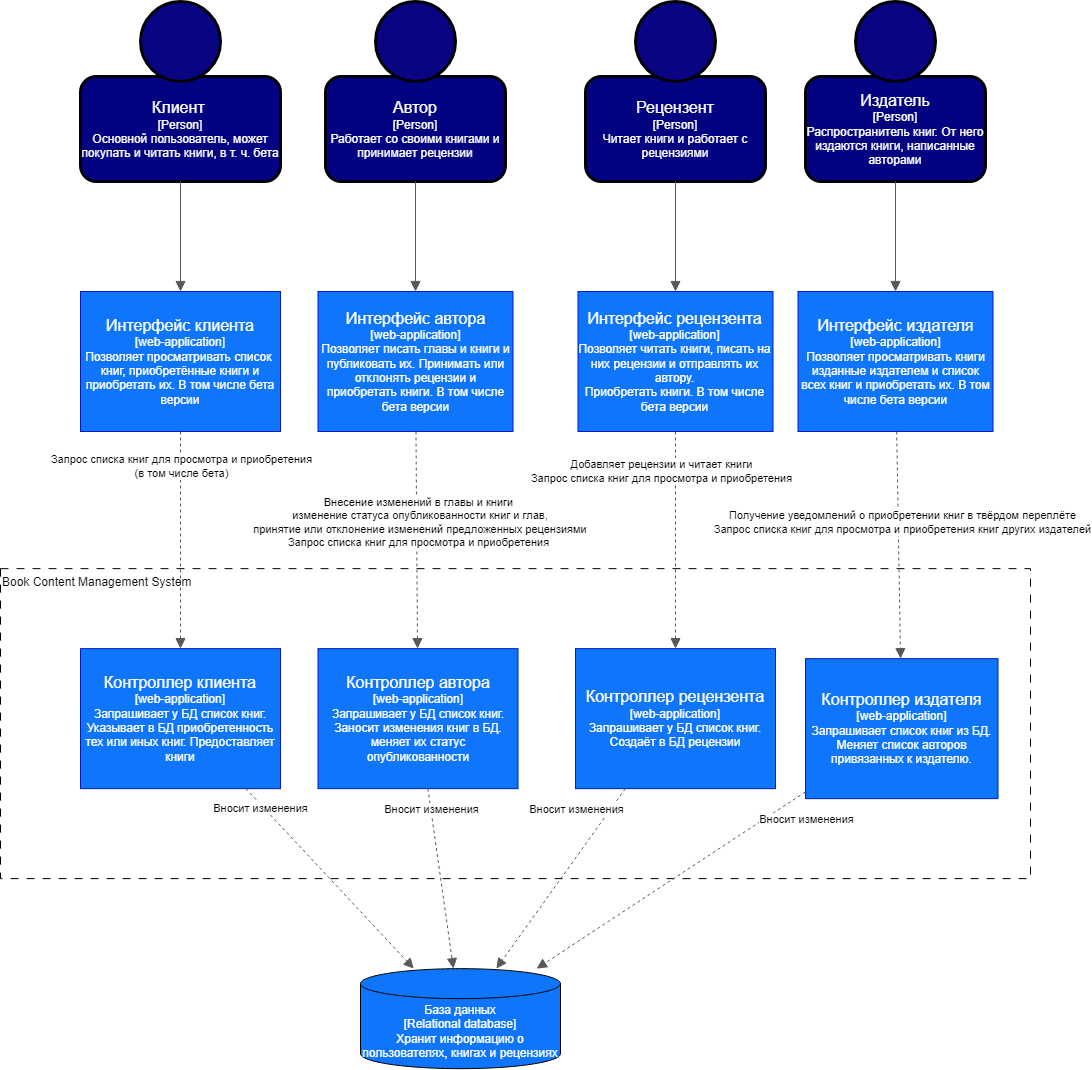
Above: Lab work №3/ComponentDiagramPAPS.drawio.png in userchic/PAPS (draw.io), before the change. Source tidied: cells renumbered, new cells last; positions are measured from the earlier drawing's top-left corner, leaving out a move shared by most shapes. Its diagram source:
```xml
<mxGraphModel>
  <root>
    <mxCell id="0" />
    <mxCell id="1" parent="0" />
    <mxCell id="2" value="&lt;font style=&quot;font-size: 16px;&quot;&gt;Клиент&lt;/font&gt;&lt;font style=&quot;font-size: 12px;&quot;&gt;&amp;nbsp;&lt;br&gt;[Person]&lt;br&gt;Основной пользователь, может покупать и читать книги, в т. ч. бета&lt;br&gt;&lt;/font&gt;" style="rounded=1;whiteSpace=wrap;html=1;fillColor=#030382;fontColor=#ffffff;strokeColor=#020008;strokeWidth=3;" parent="1" vertex="1">
      <mxGeometry x="80" y="75" width="200" height="105" as="geometry" />
    </mxCell>
    <mxCell id="3" style="ellipse;whiteSpace=wrap;html=1;fillColor=#090582;strokeColor=#010003;fontColor=#ffffff;strokeWidth=3;" parent="1" vertex="1">
      <mxGeometry x="140" width="80" height="80" as="geometry" />
    </mxCell>
    <mxCell id="4" value="&lt;font style=&quot;&quot;&gt;&lt;font style=&quot;font-size: 16px;&quot;&gt;Автор&lt;/font&gt;&lt;br&gt;[Person]&lt;br&gt;Работает со своими книгами и принимает рецензии&lt;br&gt;&lt;/font&gt;" style="rounded=1;whiteSpace=wrap;html=1;fillColor=#030382;fontColor=#ffffff;strokeColor=#020008;strokeWidth=3;" parent="1" vertex="1">
      <mxGeometry x="325" y="75" width="180" height="105" as="geometry" />
    </mxCell>
    <mxCell id="5" style="ellipse;whiteSpace=wrap;html=1;fillColor=#090582;strokeColor=#010003;fontColor=#ffffff;strokeWidth=3;" parent="1" vertex="1">
      <mxGeometry x="375" width="80" height="80" as="geometry" />
    </mxCell>
    <mxCell id="6" value="&lt;font style=&quot;&quot;&gt;&lt;font style=&quot;font-size: 16px;&quot;&gt;Рецензент&lt;/font&gt;&lt;br&gt;[Person]&lt;br&gt;Читает книги и работает с рецензиями&lt;br&gt;&lt;/font&gt;" style="rounded=1;whiteSpace=wrap;html=1;fillColor=#030382;fontColor=#ffffff;strokeColor=#020008;strokeWidth=3;" parent="1" vertex="1">
      <mxGeometry x="585" y="75" width="180" height="105" as="geometry" />
    </mxCell>
    <mxCell id="7" style="ellipse;whiteSpace=wrap;html=1;fillColor=#090582;strokeColor=#010003;fontColor=#ffffff;strokeWidth=3;" parent="1" vertex="1">
      <mxGeometry x="635" width="80" height="80" as="geometry" />
    </mxCell>
    <mxCell id="8" value="&lt;font style=&quot;font-size: 16px;&quot;&gt;Издатель&lt;/font&gt;&lt;br&gt;[Person]&lt;br&gt;Распространитель книг. От него издаются книги, написанные авторами" style="rounded=1;whiteSpace=wrap;html=1;fillColor=#030382;fontColor=#ffffff;strokeColor=#020008;strokeWidth=3;" parent="1" vertex="1">
      <mxGeometry x="805" y="75" width="180" height="105" as="geometry" />
    </mxCell>
    <mxCell id="9" style="ellipse;whiteSpace=wrap;html=1;fillColor=#090582;strokeColor=#010003;fontColor=#ffffff;strokeWidth=3;" parent="1" vertex="1">
      <mxGeometry x="855" width="80" height="80" as="geometry" />
    </mxCell>
    <mxCell id="10" value="&lt;font style=&quot;font-size: 16px;&quot;&gt;Интерфейс клиента&lt;/font&gt;&lt;br&gt;[web-application]&lt;br&gt;Позволяет просматривать список&amp;nbsp; книг, приобретённые книги и приобретать их. В том числе бета версии" style="rounded=0;whiteSpace=wrap;html=1;fillColor=#0F76FC;fontColor=#ffffff;strokeColor=#001DBC;" parent="1" vertex="1">
      <mxGeometry x="80" y="290" width="200" height="140" as="geometry" />
    </mxCell>
    <mxCell id="11" value="&lt;font color=&quot;#ffffff&quot;&gt;База данных&lt;br&gt;[Relational database]&lt;br&gt;Хранит информацию о пользователях, книгах и рецензиях&lt;br&gt;&lt;/font&gt;" style="shape=cylinder3;whiteSpace=wrap;html=1;boundedLbl=1;backgroundOutline=1;size=15;fillColor=#0F76FC;" parent="1" vertex="1">
      <mxGeometry x="360" y="967.2" width="200" height="100" as="geometry" />
    </mxCell>
    <mxCell id="12" value="&lt;font style=&quot;font-size: 16px;&quot;&gt;Интерфейс автора&lt;/font&gt;&lt;br&gt;[web-application]&lt;br&gt;Позволяет писать главы и книги и публиковать их. Принимать или отклонять рецензии и приобретать книги. В том числе бета версии" style="rounded=0;whiteSpace=wrap;html=1;fillColor=#0F76FC;fontColor=#ffffff;strokeColor=#001DBC;" parent="1" vertex="1">
      <mxGeometry x="317.5" y="290" width="195" height="140" as="geometry" />
    </mxCell>
    <mxCell id="13" style="rounded=0;jettySize=auto;html=1;endArrow=block;strokeColor=#595959;endFill=1;endSize=8;dashed=1;" parent="1" edge="1" source="15" target="32">
      <mxGeometry relative="1" as="geometry" />
    </mxCell>
    <mxCell id="14" value="Добавляет рецензии и читает книги&lt;br&gt;Запрос списка книг для просмотра и приобретения" style="edgeLabel;html=1;align=center;verticalAlign=middle;" parent="13" vertex="1">
      <mxGeometry x="-0.25" y="3" relative="1" as="geometry">
        <mxPoint x="-18" y="-42" as="offset" />
      </mxGeometry>
    </mxCell>
    <mxCell id="15" value="&lt;font style=&quot;font-size: 16px;&quot;&gt;Интерфейс рецензента&lt;/font&gt;&lt;br&gt;[web-application]&lt;br&gt;Позволяет читать книги, писать на них рецензии и отправлять их автору. &lt;br&gt;Приобретать книги. В том числе бета версии" style="rounded=0;whiteSpace=wrap;html=1;fillColor=#0F76FC;fontColor=#ffffff;strokeColor=#001DBC;" parent="1" vertex="1">
      <mxGeometry x="577.5" y="290" width="195" height="140" as="geometry" />
    </mxCell>
    <mxCell id="16" value="&lt;font style=&quot;font-size: 16px;&quot;&gt;Интерфейс издателя&lt;/font&gt;&lt;br&gt;[web-application]&lt;br&gt;Позволяет просматривать книги изданные издателем и список всех книг и приобретать их. В том числе бета версии" style="rounded=0;whiteSpace=wrap;html=1;fillColor=#0F76FC;fontColor=#ffffff;strokeColor=#001DBC;" parent="1" vertex="1">
      <mxGeometry x="797.5" y="290" width="195" height="140" as="geometry" />
    </mxCell>
    <mxCell id="17" style="rounded=0;jettySize=auto;html=1;endArrow=block;endFill=1;strokeColor=#595959;endSize=8;" parent="1" edge="1" source="2" target="10">
      <mxGeometry relative="1" as="geometry" />
    </mxCell>
    <mxCell id="18" style="rounded=0;jettySize=auto;html=1;endArrow=block;endFill=1;strokeColor=#595959;endSize=8;" parent="1" edge="1" source="4" target="12">
      <mxGeometry relative="1" as="geometry" />
    </mxCell>
    <mxCell id="19" style="rounded=0;jettySize=auto;html=1;endArrow=block;endFill=1;strokeColor=#595959;endSize=8;" parent="1" edge="1" source="6" target="15">
      <mxGeometry relative="1" as="geometry" />
    </mxCell>
    <mxCell id="20" style="rounded=0;jettySize=auto;html=1;endArrow=block;endFill=1;strokeColor=#595959;endSize=8;" parent="1" edge="1" source="8" target="16">
      <mxGeometry relative="1" as="geometry" />
    </mxCell>
    <mxCell id="21" style="rounded=0;jettySize=auto;html=1;endArrow=block;endFill=1;strokeColor=#595959;endSize=8;dashed=1;" parent="1" edge="1" source="10" target="30">
      <mxGeometry relative="1" as="geometry" />
    </mxCell>
    <mxCell id="22" value="Запрос списка книг для просмотра и приобретения&lt;br&gt;(в том числе бета)" style="edgeLabel;html=1;align=center;verticalAlign=middle;" parent="21" vertex="1">
      <mxGeometry x="0.07" y="3" relative="1" as="geometry">
        <mxPoint x="-3" y="-81" as="offset" />
      </mxGeometry>
    </mxCell>
    <mxCell id="23" style="rounded=0;jettySize=auto;html=1;endArrow=block;endFill=1;strokeColor=#595959;endSize=8;dashed=1;" parent="1" edge="1" source="12" target="31">
      <mxGeometry relative="1" as="geometry" />
    </mxCell>
    <mxCell id="24" value="Внесение изменений в главы и книги&lt;br&gt;&amp;nbsp;изменение статуса опубликованности книг и глав,&lt;br&gt;&amp;nbsp;принятие или отклонение изменений предложенных рецензиями&lt;br&gt;Запрос списка книг для просмотра и приобретения" style="edgeLabel;html=1;align=center;verticalAlign=middle;" parent="23" vertex="1">
      <mxGeometry x="0.17" y="3" relative="1" as="geometry">
        <mxPoint x="-2" y="-36" as="offset" />
      </mxGeometry>
    </mxCell>
    <mxCell id="25" style="rounded=0;jettySize=auto;html=1;endArrow=block;endFill=1;strokeColor=#595959;endSize=8;dashed=1;" parent="1" edge="1" source="16" target="33">
      <mxGeometry relative="1" as="geometry" />
    </mxCell>
    <mxCell id="26" value="Получение уведомлений о приобретении книг в твёрдом переплёте&lt;br&gt;Запрос списка книг для просмотра и приобретения книг других издателей" style="edgeLabel;html=1;align=center;verticalAlign=middle;" parent="25" vertex="1">
      <mxGeometry x="0.07" y="3" relative="1" as="geometry">
        <mxPoint y="-31" as="offset" />
      </mxGeometry>
    </mxCell>
    <mxCell id="27" style="rounded=0;jettySize=auto;html=1;endArrow=block;endFill=1;strokeColor=#595959;endSize=8;dashed=1;" parent="1" edge="1" source="32" target="11">
      <mxGeometry relative="1" as="geometry" />
    </mxCell>
    <mxCell id="28" value="Вносит изменения" style="edgeLabel;html=1;align=center;verticalAlign=middle;" parent="27" vertex="1">
      <mxGeometry x="0.17" y="3" relative="1" as="geometry">
        <mxPoint x="23" y="-87" as="offset" />
      </mxGeometry>
    </mxCell>
    <mxCell id="29" value="Book Сontent Management System" style="rounded=0;whiteSpace=wrap;html=1;fillColor=none;dashed=1;dashPattern=8 8;align=left;verticalAlign=top;" parent="1" vertex="1">
      <mxGeometry y="567.1" width="1030" height="310" as="geometry" />
    </mxCell>
    <mxCell id="30" value="&lt;font style=&quot;font-size: 16px;&quot;&gt;Контроллер клиента&lt;/font&gt;&lt;br&gt;[web-application]&lt;br&gt;Запрашивает у БД список книг. Указывает в БД приобретенность тех или иных книг. Предоставляет книги" style="rounded=0;whiteSpace=wrap;html=1;fillColor=#0F76FC;fontColor=#ffffff;strokeColor=#001DBC;" parent="1" vertex="1">
      <mxGeometry x="80" y="647.1" width="200" height="140" as="geometry" />
    </mxCell>
    <mxCell id="31" value="&lt;font style=&quot;font-size: 16px;&quot;&gt;Контроллер автора&lt;/font&gt;&lt;br&gt;[web-application]&lt;br&gt;Запрашивает у БД список книг.&lt;br&gt;Заносит изменения книг в БД. меняет их статус опубликованности" style="rounded=0;whiteSpace=wrap;html=1;fillColor=#0F76FC;fontColor=#ffffff;strokeColor=#001DBC;" parent="1" vertex="1">
      <mxGeometry x="317.5" y="647.1" width="200" height="140" as="geometry" />
    </mxCell>
    <mxCell id="32" value="&lt;font style=&quot;font-size: 16px;&quot;&gt;Контроллер рецензента&lt;/font&gt;&lt;br&gt;[web-application]&lt;br&gt;Запрашивает у БД список книг.&lt;br&gt;Создаёт в БД рецензии" style="rounded=0;whiteSpace=wrap;html=1;fillColor=#0F76FC;fontColor=#ffffff;strokeColor=#001DBC;" parent="1" vertex="1">
      <mxGeometry x="575" y="647.1" width="200" height="140" as="geometry" />
    </mxCell>
    <mxCell id="33" value="&lt;font style=&quot;font-size: 16px;&quot;&gt;Контроллер издателя&lt;/font&gt;&lt;br&gt;[web-application]&lt;br&gt;Запрашивает список книг из БД.&lt;br&gt;Меняет список авторов привязанных к издателю." style="rounded=0;whiteSpace=wrap;html=1;fillColor=#0F76FC;fontColor=#ffffff;strokeColor=#001DBC;" parent="1" vertex="1">
      <mxGeometry x="805" y="657.1" width="192.5" height="140" as="geometry" />
    </mxCell>
    <mxCell id="34" style="rounded=0;jettySize=auto;html=1;endArrow=block;endFill=1;strokeColor=#595959;endSize=8;dashed=1;" parent="1" edge="1" source="33" target="11">
      <mxGeometry relative="1" as="geometry" />
    </mxCell>
    <mxCell id="35" value="Вносит изменения" style="edgeLabel;html=1;align=center;verticalAlign=middle;" parent="34" vertex="1">
      <mxGeometry x="0.17" y="3" relative="1" as="geometry">
        <mxPoint x="155" y="-79" as="offset" />
      </mxGeometry>
    </mxCell>
    <mxCell id="36" style="rounded=0;jettySize=auto;html=1;endArrow=block;endFill=1;strokeColor=#595959;endSize=8;dashed=1;" parent="1" edge="1" source="31" target="11">
      <mxGeometry relative="1" as="geometry" />
    </mxCell>
    <mxCell id="37" value="Вносит изменения" style="edgeLabel;html=1;align=center;verticalAlign=middle;" parent="36" vertex="1">
      <mxGeometry x="0.17" y="3" relative="1" as="geometry">
        <mxPoint x="-15" y="-85" as="offset" />
      </mxGeometry>
    </mxCell>
    <mxCell id="38" style="rounded=0;jettySize=auto;html=1;endArrow=block;endFill=1;strokeColor=#595959;endSize=8;dashed=1;" parent="1" edge="1" source="30" target="11">
      <mxGeometry relative="1" as="geometry" />
    </mxCell>
    <mxCell id="39" value="Вносит изменения" style="edgeLabel;html=1;align=center;verticalAlign=middle;" parent="38" vertex="1">
      <mxGeometry x="0.17" y="3" relative="1" as="geometry">
        <mxPoint x="-86" y="-83" as="offset" />
      </mxGeometry>
    </mxCell>
  </root>
</mxGraphModel>
```
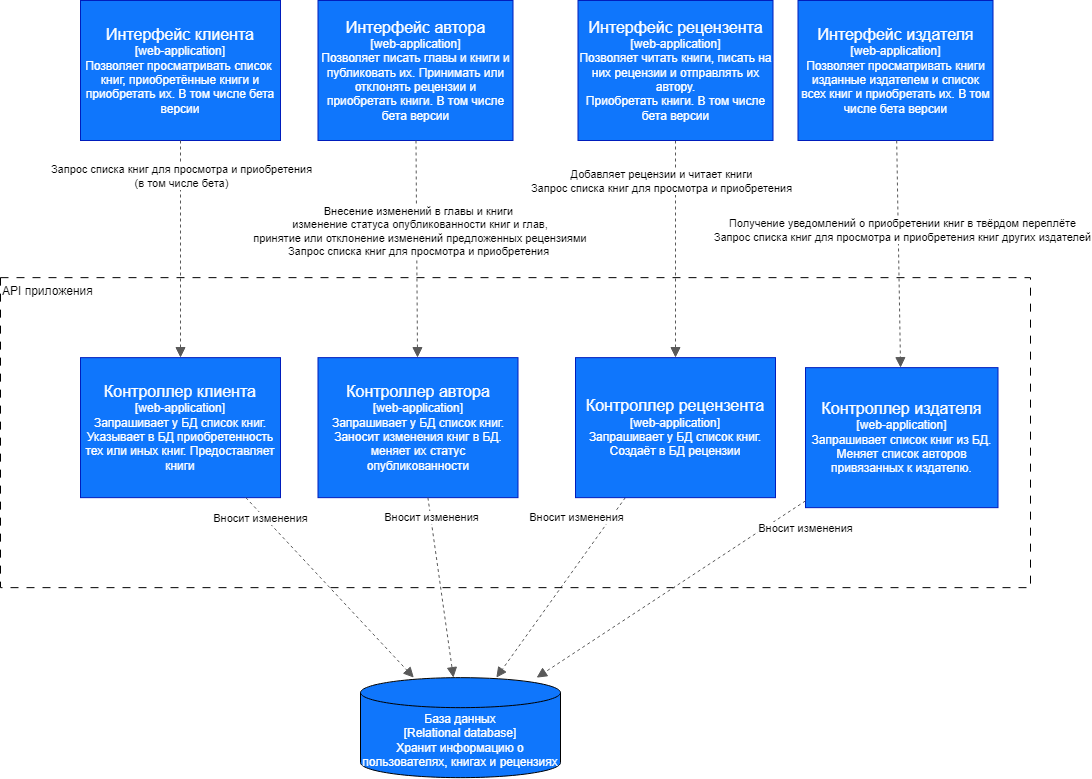
After the commit.

Diff of the diagram source:
```diff
@@ -2,30 +2,6 @@
   <root>
     <mxCell id="0" />
     <mxCell id="1" parent="0" />
-    <mxCell id="2" value="&lt;font style=&quot;font-size: 16px;&quot;&gt;Клиент&lt;/font&gt;&lt;font style=&quot;font-size: 12px;&quot;&gt;&amp;nbsp;&lt;br&gt;[Person]&lt;br&gt;Основной пользователь, может покупать и читать книги, в т. ч. бета&lt;br&gt;&lt;/font&gt;" style="rounded=1;whiteSpace=wrap;html=1;fillColor=#030382;fontColor=#ffffff;strokeColor=#020008;strokeWidth=3;" parent="1" vertex="1">
-      <mxGeometry x="80" y="75" width="200" height="105" as="geometry" />
-    </mxCell>
-    <mxCell id="3" style="ellipse;whiteSpace=wrap;html=1;fillColor=#090582;strokeColor=#010003;fontColor=#ffffff;strokeWidth=3;" parent="1" vertex="1">
-      <mxGeometry x="140" width="80" height="80" as="geometry" />
-    </mxCell>
-    <mxCell id="4" value="&lt;font style=&quot;&quot;&gt;&lt;font style=&quot;font-size: 16px;&quot;&gt;Автор&lt;/font&gt;&lt;br&gt;[Person]&lt;br&gt;Работает со своими книгами и принимает рецензии&lt;br&gt;&lt;/font&gt;" style="rounded=1;whiteSpace=wrap;html=1;fillColor=#030382;fontColor=#ffffff;strokeColor=#020008;strokeWidth=3;" parent="1" vertex="1">
-      <mxGeometry x="325" y="75" width="180" height="105" as="geometry" />
-    </mxCell>
-    <mxCell id="5" style="ellipse;whiteSpace=wrap;html=1;fillColor=#090582;strokeColor=#010003;fontColor=#ffffff;strokeWidth=3;" parent="1" vertex="1">
-      <mxGeometry x="375" width="80" height="80" as="geometry" />
-    </mxCell>
-    <mxCell id="6" value="&lt;font style=&quot;&quot;&gt;&lt;font style=&quot;font-size: 16px;&quot;&gt;Рецензент&lt;/font&gt;&lt;br&gt;[Person]&lt;br&gt;Читает книги и работает с рецензиями&lt;br&gt;&lt;/font&gt;" style="rounded=1;whiteSpace=wrap;html=1;fillColor=#030382;fontColor=#ffffff;strokeColor=#020008;strokeWidth=3;" parent="1" vertex="1">
-      <mxGeometry x="585" y="75" width="180" height="105" as="geometry" />
-    </mxCell>
-    <mxCell id="7" style="ellipse;whiteSpace=wrap;html=1;fillColor=#090582;strokeColor=#010003;fontColor=#ffffff;strokeWidth=3;" parent="1" vertex="1">
-      <mxGeometry x="635" width="80" height="80" as="geometry" />
-    </mxCell>
-    <mxCell id="8" value="&lt;font style=&quot;font-size: 16px;&quot;&gt;Издатель&lt;/font&gt;&lt;br&gt;[Person]&lt;br&gt;Распространитель книг. От него издаются книги, написанные авторами" style="rounded=1;whiteSpace=wrap;html=1;fillColor=#030382;fontColor=#ffffff;strokeColor=#020008;strokeWidth=3;" parent="1" vertex="1">
-      <mxGeometry x="805" y="75" width="180" height="105" as="geometry" />
-    </mxCell>
-    <mxCell id="9" style="ellipse;whiteSpace=wrap;html=1;fillColor=#090582;strokeColor=#010003;fontColor=#ffffff;strokeWidth=3;" parent="1" vertex="1">
-      <mxGeometry x="855" width="80" height="80" as="geometry" />
-    </mxCell>
     <mxCell id="10" value="&lt;font style=&quot;font-size: 16px;&quot;&gt;Интерфейс клиента&lt;/font&gt;&lt;br&gt;[web-application]&lt;br&gt;Позволяет просматривать список&amp;nbsp; книг, приобретённые книги и приобретать их. В том числе бета версии" style="rounded=0;whiteSpace=wrap;html=1;fillColor=#0F76FC;fontColor=#ffffff;strokeColor=#001DBC;" parent="1" vertex="1">
       <mxGeometry x="80" y="290" width="200" height="140" as="geometry" />
     </mxCell>
@@ -49,18 +25,6 @@
     <mxCell id="16" value="&lt;font style=&quot;font-size: 16px;&quot;&gt;Интерфейс издателя&lt;/font&gt;&lt;br&gt;[web-application]&lt;br&gt;Позволяет просматривать книги изданные издателем и список всех книг и приобретать их. В том числе бета версии" style="rounded=0;whiteSpace=wrap;html=1;fillColor=#0F76FC;fontColor=#ffffff;strokeColor=#001DBC;" parent="1" vertex="1">
       <mxGeometry x="797.5" y="290" width="195" height="140" as="geometry" />
     </mxCell>
-    <mxCell id="17" style="rounded=0;jettySize=auto;html=1;endArrow=block;endFill=1;strokeColor=#595959;endSize=8;" parent="1" edge="1" source="2" target="10">
-      <mxGeometry relative="1" as="geometry" />
-    </mxCell>
-    <mxCell id="18" style="rounded=0;jettySize=auto;html=1;endArrow=block;endFill=1;strokeColor=#595959;endSize=8;" parent="1" edge="1" source="4" target="12">
-      <mxGeometry relative="1" as="geometry" />
-    </mxCell>
-    <mxCell id="19" style="rounded=0;jettySize=auto;html=1;endArrow=block;endFill=1;strokeColor=#595959;endSize=8;" parent="1" edge="1" source="6" target="15">
-      <mxGeometry relative="1" as="geometry" />
-    </mxCell>
-    <mxCell id="20" style="rounded=0;jettySize=auto;html=1;endArrow=block;endFill=1;strokeColor=#595959;endSize=8;" parent="1" edge="1" source="8" target="16">
-      <mxGeometry relative="1" as="geometry" />
-    </mxCell>
     <mxCell id="21" style="rounded=0;jettySize=auto;html=1;endArrow=block;endFill=1;strokeColor=#595959;endSize=8;dashed=1;" parent="1" edge="1" source="10" target="30">
       <mxGeometry relative="1" as="geometry" />
     </mxCell>
@@ -93,7 +57,7 @@
         <mxPoint x="23" y="-87" as="offset" />
       </mxGeometry>
     </mxCell>
-    <mxCell id="29" value="Book Сontent Management System" style="rounded=0;whiteSpace=wrap;html=1;fillColor=none;dashed=1;dashPattern=8 8;align=left;verticalAlign=top;" parent="1" vertex="1">
+    <mxCell id="29" value="API приложения" style="rounded=0;whiteSpace=wrap;html=1;fillColor=none;dashed=1;dashPattern=8 8;align=left;verticalAlign=top;" parent="1" vertex="1">
       <mxGeometry y="567.1" width="1030" height="310" as="geometry" />
     </mxCell>
     <mxCell id="30" value="&lt;font style=&quot;font-size: 16px;&quot;&gt;Контроллер клиента&lt;/font&gt;&lt;br&gt;[web-application]&lt;br&gt;Запрашивает у БД список книг. Указывает в БД приобретенность тех или иных книг. Предоставляет книги" style="rounded=0;whiteSpace=wrap;html=1;fillColor=#0F76FC;fontColor=#ffffff;strokeColor=#001DBC;" parent="1" vertex="1">
```
